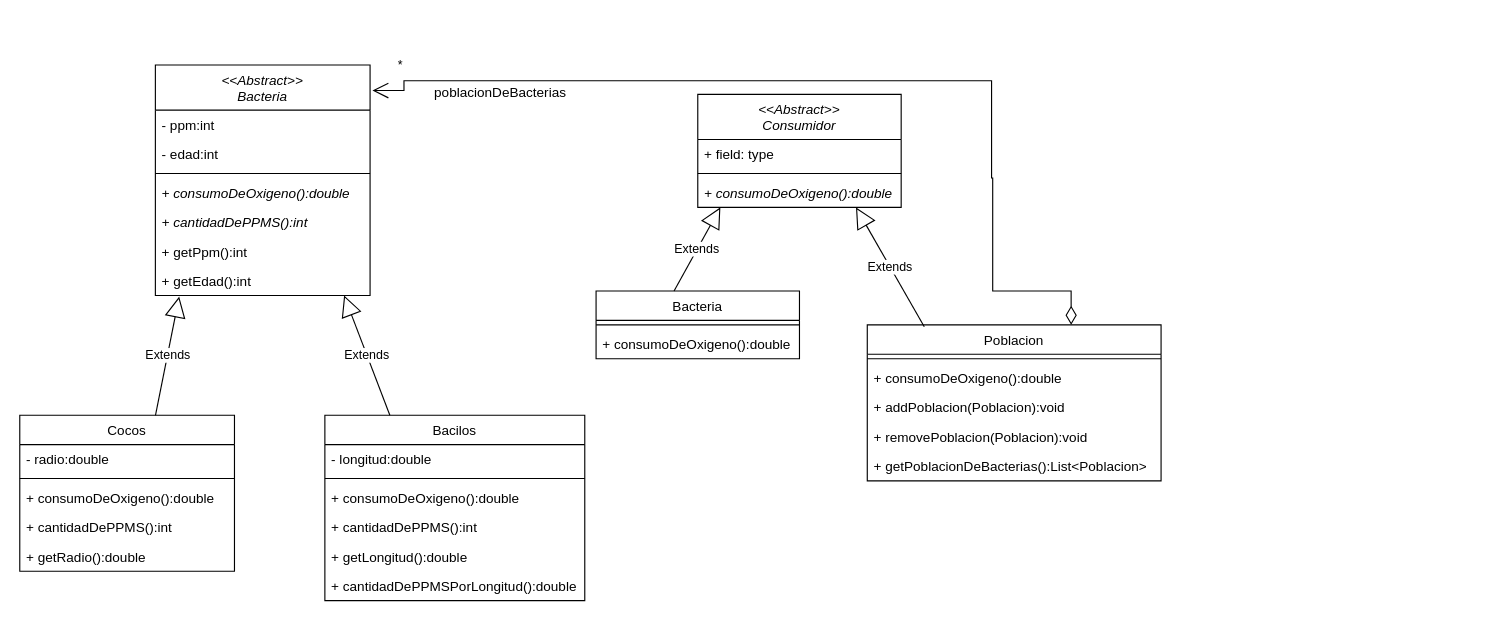
The draw.io diagram unq-po2-Parcial-1eraFecha-2019-Microbiologia.drawio in nhubczyk/Diagramas-UML, before the edit. Source tidied: cells renumbered, new cells numbered last; positions are measured from the earlier drawing's top-left corner, leaving out a move shared by most shapes. Both pictures are drawn from the tidied source at 113%, with x=0, y=0 at pixel (19, 64).
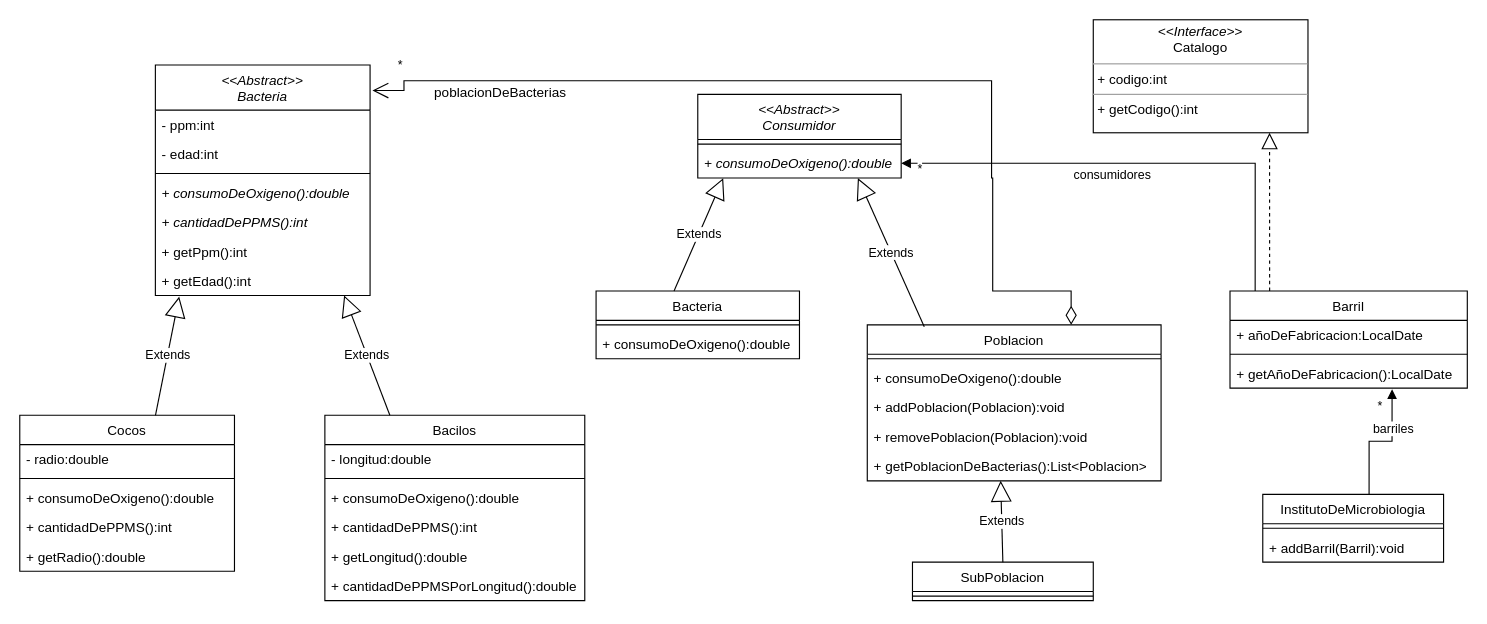
The same page after the edit.

Unchanged cells that the change refers to:
```xml
<mxCell id="32" value="Poblacion" style="swimlane;fontStyle=0;align=center;verticalAlign=top;horizontal=1;startSize=26;" parent="1" vertex="1">
  <mxGeometry x="750" y="230" width="260" height="138" as="geometry" />
</mxCell>
<mxCell id="37" value="+ getPoblacionDeBacterias():List&lt;Poblacion&gt;" style="text;strokeColor=none;fillColor=none;align=left;verticalAlign=top;spacingLeft=4;spacingRight=4;overflow=hidden;points=[[0,0.5],[1,0.5]];portConstraint=eastwest;fontStyle=0;" parent="32" vertex="1">
  <mxGeometry y="112" width="260" height="26" as="geometry" />
</mxCell>
```

Diff of the diagram source:
```diff
@@
     <mxCell id="25" value="&lt;&lt;Abstract&gt;&gt;&#10;Consumidor" style="swimlane;fontStyle=2;align=center;verticalAlign=top;horizontal=1;startSize=40;" parent="1" vertex="1">
-      <mxGeometry x="600" y="26" width="180" height="100" as="geometry" />
+      <mxGeometry x="600" y="26" width="180" height="74" as="geometry" />
     </mxCell>
-    <mxCell id="26" value="+ field: type" style="text;strokeColor=none;fillColor=none;align=left;verticalAlign=top;spacingLeft=4;spacingRight=4;overflow=hidden;" parent="25" vertex="1">
-      <mxGeometry y="40" width="180" height="26" as="geometry" />
-    </mxCell>
     <mxCell id="27" style="line;strokeWidth=1;fillColor=none;align=left;verticalAlign=middle;spacingTop=-1;spacingLeft=3;spacingRight=3;labelPosition=right;strokeColor=inherit;" parent="25" vertex="1">
-      <mxGeometry y="66" width="180" height="8" as="geometry" />
+      <mxGeometry y="40" width="180" height="8" as="geometry" />
     </mxCell>
     <mxCell id="28" value="+ consumoDeOxigeno():double" style="text;strokeColor=none;fillColor=none;align=left;verticalAlign=top;spacingLeft=4;spacingRight=4;overflow=hidden;points=[[0,0.5],[1,0.5]];portConstraint=eastwest;fontStyle=2;" parent="25" vertex="1">
-      <mxGeometry y="74" width="180" height="26" as="geometry" />
+      <mxGeometry y="48" width="180" height="26" as="geometry" />
     </mxCell>
@@
-    <mxCell id="38" value="Extends" style="endArrow=block;endSize=16;endFill=0;html=1;rounded=0;exitX=0.632;exitY=0;exitDx=0;exitDy=0;exitPerimeter=0;entryX=0.216;entryY=1;entryDx=0;entryDy=0;entryPerimeter=0;" parent="1" edge="1">
+    <mxCell id="38" value="Extends" style="endArrow=block;endSize=16;endFill=0;html=1;rounded=0;exitX=0.632;exitY=0;exitDx=0;exitDy=0;exitPerimeter=0;entryX=0.125;entryY=1.006;entryDx=0;entryDy=0;entryPerimeter=0;" parent="1" edge="1" target="28">
       <mxGeometry relative="1" as="geometry">
         <mxPoint x="579" y="200" as="sourcePoint" />
-        <mxPoint x="620" y="126" as="targetPoint" />
       </mxGeometry>
     </mxCell>
-    <mxCell id="39" value="Extends" style="endArrow=block;endSize=16;endFill=0;html=1;rounded=0;exitX=0.194;exitY=0.012;exitDx=0;exitDy=0;entryX=0.879;entryY=1;entryDx=0;entryDy=0;entryPerimeter=0;exitPerimeter=0;" parent="1" edge="1" source="32">
-      <mxGeometry relative="1" as="geometry">
-        <mxPoint x="740" y="126" as="targetPoint" />
-      </mxGeometry>
+    <mxCell id="39" value="Extends" style="endArrow=block;endSize=16;endFill=0;html=1;rounded=0;exitX=0.194;exitY=0.012;exitDx=0;exitDy=0;entryX=0.787;entryY=1.006;entryDx=0;entryDy=0;entryPerimeter=0;exitPerimeter=0;" parent="1" edge="1" source="32" target="28">
+      <mxGeometry relative="1" as="geometry" />
     </mxCell>
@@
+    <mxCell id="42" value="InstitutoDeMicrobiologia" style="swimlane;fontStyle=0;align=center;verticalAlign=top;horizontal=1;startSize=26;" parent="1" vertex="1">
+      <mxGeometry x="1100" y="380" width="160" height="60" as="geometry" />
+    </mxCell>
+    <mxCell id="43" style="line;strokeWidth=1;fillColor=none;align=left;verticalAlign=middle;spacingTop=-1;spacingLeft=3;spacingRight=3;labelPosition=right;strokeColor=inherit;" parent="42" vertex="1">
+      <mxGeometry y="26" width="160" height="8" as="geometry" />
+    </mxCell>
+    <mxCell id="44" value="+ addBarril(Barril):void" style="text;strokeColor=none;fillColor=none;align=left;verticalAlign=top;spacingLeft=4;spacingRight=4;overflow=hidden;" parent="42" vertex="1">
+      <mxGeometry y="34" width="160" height="26" as="geometry" />
+    </mxCell>
+    <mxCell id="45" value="SubPoblacion" style="swimlane;fontStyle=0;align=center;verticalAlign=top;horizontal=1;startSize=26;" parent="1" vertex="1">
+      <mxGeometry x="790" y="440" width="160" height="34" as="geometry" />
+    </mxCell>
+    <mxCell id="46" style="line;strokeWidth=1;fillColor=none;align=left;verticalAlign=middle;spacingTop=-1;spacingLeft=3;spacingRight=3;labelPosition=right;strokeColor=inherit;" parent="45" vertex="1">
+      <mxGeometry y="26" width="160" height="8" as="geometry" />
+    </mxCell>
+    <mxCell id="47" value="Extends" style="endArrow=block;endSize=16;endFill=0;html=1;rounded=0;exitX=0.5;exitY=0;exitDx=0;exitDy=0;entryX=0.454;entryY=1;entryDx=0;entryDy=0;entryPerimeter=0;" parent="1" edge="1" source="45" target="37">
+      <mxGeometry relative="1" as="geometry" />
+    </mxCell>
+    <mxCell id="48" value="&lt;p style=&quot;margin:0px;margin-top:4px;text-align:center;&quot;&gt;&lt;i&gt;&amp;lt;&amp;lt;Interface&amp;gt;&amp;gt;&lt;/i&gt;&lt;br&gt;Catalogo&lt;/p&gt;&lt;hr size=&quot;1&quot;&gt;&lt;p style=&quot;margin:0px;margin-left:4px;&quot;&gt;+ codigo:int&lt;/p&gt;&lt;hr size=&quot;1&quot;&gt;&lt;p style=&quot;margin:0px;margin-left:4px;&quot;&gt;+ getCodigo():int&lt;/p&gt;" style="verticalAlign=top;align=left;overflow=fill;fontSize=12;fontFamily=Helvetica;html=1;" parent="1" vertex="1">
+      <mxGeometry x="950" y="-40" width="190" height="100" as="geometry" />
+    </mxCell>
+    <mxCell id="49" value="Barril" style="swimlane;fontStyle=0;align=center;verticalAlign=top;horizontal=1;startSize=26;" parent="1" vertex="1">
+      <mxGeometry x="1071" y="200" width="210" height="86" as="geometry" />
+    </mxCell>
+    <mxCell id="50" value="+ añoDeFabricacion:LocalDate" style="text;strokeColor=none;fillColor=none;align=left;verticalAlign=top;spacingLeft=4;spacingRight=4;overflow=hidden;" parent="49" vertex="1">
+      <mxGeometry y="26" width="210" height="26" as="geometry" />
+    </mxCell>
+    <mxCell id="51" style="line;strokeWidth=1;fillColor=none;align=left;verticalAlign=middle;spacingTop=-1;spacingLeft=3;spacingRight=3;labelPosition=right;strokeColor=inherit;" parent="49" vertex="1">
+      <mxGeometry y="52" width="210" height="8" as="geometry" />
+    </mxCell>
+    <mxCell id="52" value="+ getAñoDeFabricacion():LocalDate" style="text;strokeColor=none;fillColor=none;align=left;verticalAlign=top;spacingLeft=4;spacingRight=4;overflow=hidden;points=[[0,0.5],[1,0.5]];portConstraint=eastwest;" parent="49" vertex="1">
+      <mxGeometry y="60" width="210" height="26" as="geometry" />
+    </mxCell>
+    <mxCell id="53" style="endArrow=block;dashed=1;endFill=0;endSize=12;html=1;rounded=0;exitX=0.167;exitY=0;exitDx=0;exitDy=0;exitPerimeter=0;" parent="1" edge="1" source="49">
+      <mxGeometry relative="1" as="geometry">
+        <mxPoint x="1106" y="60" as="targetPoint" />
+      </mxGeometry>
+    </mxCell>
+    <mxCell id="54" value="consumidores" style="endArrow=block;endFill=1;html=1;edgeStyle=orthogonalEdgeStyle;align=left;verticalAlign=top;rounded=0;exitX=0.106;exitY=0;exitDx=0;exitDy=0;exitPerimeter=0;entryX=1;entryY=0.5;entryDx=0;entryDy=0;" parent="1" edge="1" source="49" target="28">
+      <mxGeometry x="0.29" y="-3" relative="1" as="geometry" />
+    </mxCell>
+    <mxCell id="55" value="*" style="edgeLabel;html=1;align=left;verticalAlign=bottom;" parent="54" vertex="1">
+      <mxGeometry x="-1" relative="1" as="geometry">
+        <mxPoint x="-300" y="-100" as="offset" />
+      </mxGeometry>
+    </mxCell>
+    <mxCell id="56" value="barriles" style="endArrow=block;endFill=1;html=1;edgeStyle=orthogonalEdgeStyle;align=left;verticalAlign=top;rounded=0;exitX=0.588;exitY=0;exitDx=0;exitDy=0;exitPerimeter=0;entryX=0.683;entryY=1.038;entryDx=0;entryDy=0;entryPerimeter=0;" parent="1" edge="1" source="42" target="52">
+      <mxGeometry x="-0.14" y="24" relative="1" as="geometry" />
+    </mxCell>
+    <mxCell id="57" value="*" style="edgeLabel;html=1;align=left;verticalAlign=bottom;" parent="56" vertex="1">
+      <mxGeometry x="-1" relative="1" as="geometry">
+        <mxPoint x="6" y="-70" as="offset" />
+      </mxGeometry>
+    </mxCell>
```
